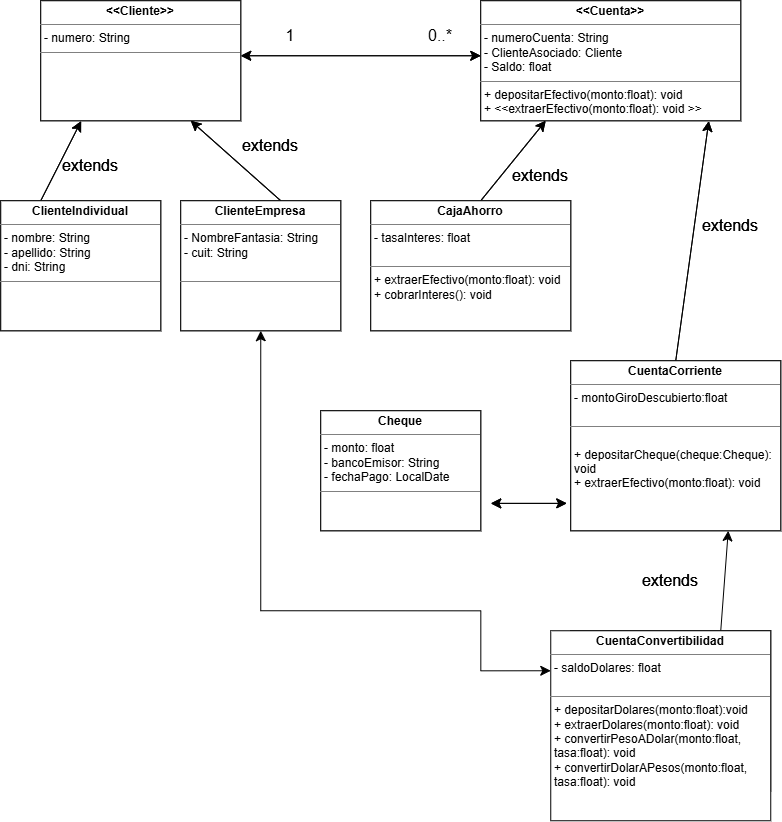
Before: src/main/resources/docs/Sistema Bancario.drawio.png, a diagram exported from draw.io (Eleonora830/Sistema-Bancario). Source tidied: cells renumbered, new cells last; positions are measured from the earlier drawing's top-left corner, leaving out a move shared by most shapes.
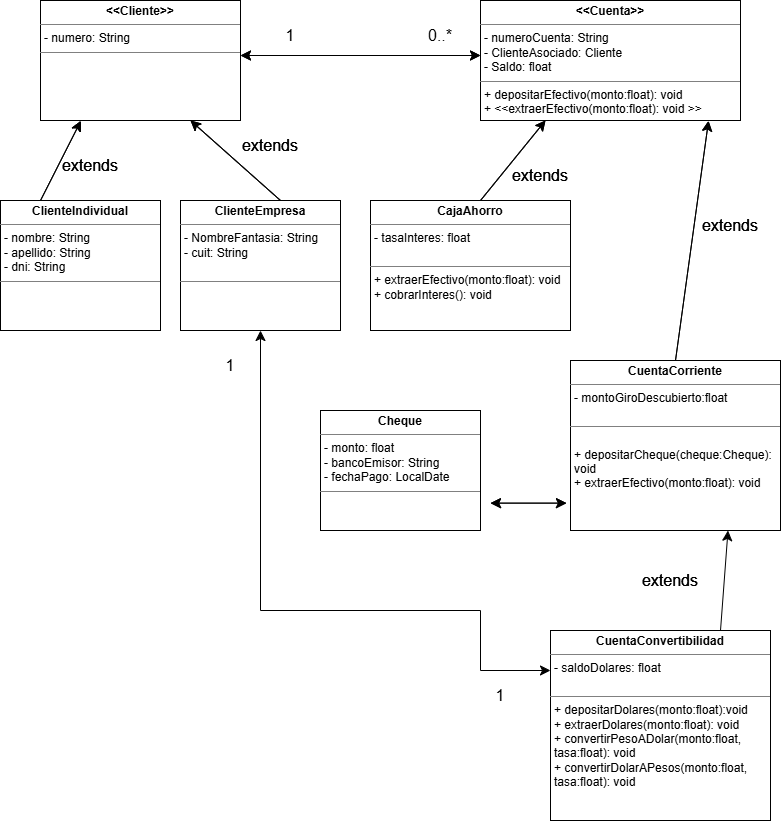
Above is the later version.

Commit message:
Actualizo clases del sistema bancario

Change to the diagram source:
```diff
@@ -2,36 +2,36 @@
   <root>
     <mxCell id="0" />
     <mxCell id="1" parent="0" />
-    <mxCell id="2" style="edgeStyle=none;curved=1;rounded=0;jettySize=auto;html=1;fontSize=12;startSize=8;endSize=8;entryX=0.25;entryY=1;entryDx=0;entryDy=0;exitX=0.5;exitY=0;exitDx=0;exitDy=0;" parent="1" edge="1" target="10">
-      <mxGeometry relative="1" as="geometry">
-        <mxPoint x="480" y="200" as="sourcePoint" />
-      </mxGeometry>
-    </mxCell>
-    <mxCell id="3" style="edgeStyle=none;orthogonalLoop=1;jettySize=auto;html=1;endArrow=classic;startArrow=classic;endSize=8;startSize=8;rounded=0;fontSize=12;curved=1;exitX=1;exitY=0.5;exitDx=0;exitDy=0;" parent="1" edge="1">
-      <mxGeometry relative="1" as="geometry">
-        <mxPoint x="240" y="55" as="sourcePoint" />
-        <mxPoint x="480" y="55" as="targetPoint" />
-      </mxGeometry>
-    </mxCell>
-    <mxCell id="4" style="edgeStyle=none;jettySize=auto;html=1;rounded=0;fontSize=12;startSize=8;endSize=8;curved=1;entryX=0.202;entryY=1.003;entryDx=0;entryDy=0;exitX=0.25;exitY=0;exitDx=0;exitDy=0;entryPerimeter=0;" parent="1" edge="1" target="8">
-      <mxGeometry relative="1" as="geometry">
-        <mxPoint x="40" y="200" as="sourcePoint" />
-      </mxGeometry>
-    </mxCell>
-    <mxCell id="5" style="edgeStyle=none;jettySize=auto;html=1;rounded=0;fontSize=12;startSize=8;endSize=8;curved=1;entryX=0.75;entryY=1;entryDx=0;entryDy=0;exitX=0.5;exitY=0;exitDx=0;exitDy=0;" parent="1" edge="1" target="8">
-      <mxGeometry relative="1" as="geometry">
-        <mxPoint x="280" y="200" as="sourcePoint" />
-      </mxGeometry>
-    </mxCell>
+    <mxCell id="45" style="edgeStyle=none;curved=1;rounded=0;jettySize=auto;html=1;fontSize=12;startSize=8;endSize=8;entryX=0.25;entryY=1;entryDx=0;entryDy=0;exitX=0.5;exitY=0;exitDx=0;exitDy=0;" parent="1" edge="1" target="10">
+      <mxGeometry relative="1" as="geometry">
+        <mxPoint x="480" y="200" as="sourcePoint" />
+      </mxGeometry>
+    </mxCell>
+    <mxCell id="46" style="edgeStyle=none;orthogonalLoop=1;jettySize=auto;html=1;endArrow=classic;startArrow=classic;endSize=8;startSize=8;rounded=0;fontSize=12;curved=1;exitX=1;exitY=0.5;exitDx=0;exitDy=0;" parent="1" edge="1">
+      <mxGeometry relative="1" as="geometry">
+        <mxPoint x="240" y="55" as="sourcePoint" />
+        <mxPoint x="480" y="55" as="targetPoint" />
+      </mxGeometry>
+    </mxCell>
+    <mxCell id="47" style="edgeStyle=none;jettySize=auto;html=1;rounded=0;fontSize=12;startSize=8;endSize=8;curved=1;entryX=0.202;entryY=1.003;entryDx=0;entryDy=0;exitX=0.25;exitY=0;exitDx=0;exitDy=0;entryPerimeter=0;" parent="1" edge="1" target="49">
+      <mxGeometry relative="1" as="geometry">
+        <mxPoint x="40" y="200" as="sourcePoint" />
+      </mxGeometry>
+    </mxCell>
+    <mxCell id="48" style="edgeStyle=none;jettySize=auto;html=1;rounded=0;fontSize=12;startSize=8;endSize=8;curved=1;entryX=0.75;entryY=1;entryDx=0;entryDy=0;exitX=0.5;exitY=0;exitDx=0;exitDy=0;" parent="1" edge="1" target="49">
+      <mxGeometry relative="1" as="geometry">
+        <mxPoint x="280" y="200" as="sourcePoint" />
+      </mxGeometry>
+    </mxCell>
     <mxCell id="6" style="edgeStyle=none;jettySize=auto;html=1;rounded=0;fontSize=12;startSize=8;endSize=8;curved=1;exitX=0.5;exitY=0;exitDx=0;exitDy=0;entryX=0.877;entryY=1.003;entryDx=0;entryDy=0;entryPerimeter=0;" parent="1" edge="1" source="13" target="10">
       <mxGeometry relative="1" as="geometry" />
     </mxCell>
     <mxCell id="7" style="edgeStyle=none;jettySize=auto;html=1;rounded=0;fontSize=12;startSize=8;endSize=8;curved=1;exitX=0.75;exitY=0;exitDx=0;exitDy=0;entryX=0.75;entryY=1;entryDx=0;entryDy=0;" parent="1" edge="1" source="15" target="13">
       <mxGeometry relative="1" as="geometry" />
     </mxCell>
-    <mxCell id="8" value="&lt;p style=&quot;margin:0px;margin-top:4px;text-align:center;&quot;&gt;&lt;b&gt;&amp;lt;&amp;lt;Cliente&amp;gt;&amp;gt;&lt;/b&gt;&lt;/p&gt;&lt;hr size=&quot;1&quot; style=&quot;border-style:solid;&quot;&gt;&lt;p style=&quot;margin:0px;margin-left:4px;&quot;&gt;- numero: String&lt;/p&gt;&lt;hr size=&quot;1&quot; style=&quot;border-style:solid;&quot;&gt;&lt;p style=&quot;margin:0px;margin-left:4px;&quot;&gt;&lt;br&gt;&lt;/p&gt;" style="verticalAlign=top;align=left;overflow=fill;html=1;whiteSpace=wrap;" parent="1" vertex="1">
-      <mxGeometry x="40" width="200" height="120" as="geometry" />
-    </mxCell>
+    <mxCell id="49" value="&lt;p style=&quot;margin:0px;margin-top:4px;text-align:center;&quot;&gt;&lt;b&gt;&amp;lt;&amp;lt;Cliente&amp;gt;&amp;gt;&lt;/b&gt;&lt;/p&gt;&lt;hr size=&quot;1&quot; style=&quot;border-style:solid;&quot;&gt;&lt;p style=&quot;margin:0px;margin-left:4px;&quot;&gt;- numero: String&lt;/p&gt;&lt;hr size=&quot;1&quot; style=&quot;border-style:solid;&quot;&gt;&lt;p style=&quot;margin:0px;margin-left:4px;&quot;&gt;&lt;br&gt;&lt;/p&gt;" style="verticalAlign=top;align=left;overflow=fill;html=1;whiteSpace=wrap;" parent="1" vertex="1">
+      <mxGeometry x="40" width="200" height="120" as="geometry" />
+    </mxCell>
     <mxCell id="9" value="&lt;p style=&quot;margin:0px;margin-top:4px;text-align:center;&quot;&gt;&lt;b&gt;ClienteIndividual&lt;/b&gt;&lt;/p&gt;&lt;hr size=&quot;1&quot; style=&quot;border-style:solid;&quot;&gt;&lt;p style=&quot;margin:0px;margin-left:4px;&quot;&gt;- nombre: String&lt;/p&gt;&lt;p style=&quot;margin:0px;margin-left:4px;&quot;&gt;- apellido: String&lt;/p&gt;&lt;p style=&quot;margin:0px;margin-left:4px;&quot;&gt;- dni: int&lt;/p&gt;&lt;hr size=&quot;1&quot; style=&quot;border-style:solid;&quot;&gt;&lt;p style=&quot;margin:0px;margin-left:4px;&quot;&gt;&amp;nbsp;&lt;/p&gt;" style="verticalAlign=top;align=left;overflow=fill;html=1;whiteSpace=wrap;" parent="1" vertex="1">
       <mxGeometry y="200" width="160" height="130" as="geometry" />
     </mxCell>
@@ -59,53 +59,53 @@
     <mxCell id="17" value="0..*" style="text;html=1;whiteSpace=wrap;strokeColor=none;fillColor=none;align=center;verticalAlign=middle;rounded=0;fontSize=16;" parent="1" vertex="1">
       <mxGeometry x="410" y="20" width="60" height="30" as="geometry" />
     </mxCell>
-    <mxCell id="18" value="extends" style="text;html=1;whiteSpace=wrap;strokeColor=none;fillColor=none;align=center;verticalAlign=middle;rounded=0;fontSize=16;" parent="1" vertex="1">
-      <mxGeometry x="240" y="130" width="60" height="30" as="geometry" />
-    </mxCell>
-    <mxCell id="19" value="extends" style="text;html=1;whiteSpace=wrap;strokeColor=none;fillColor=none;align=center;verticalAlign=middle;rounded=0;fontSize=16;" parent="1" vertex="1">
-      <mxGeometry x="60" y="150" width="60" height="30" as="geometry" />
-    </mxCell>
-    <mxCell id="20" value="extends" style="text;html=1;whiteSpace=wrap;strokeColor=none;fillColor=none;align=center;verticalAlign=middle;rounded=0;fontSize=16;" parent="1" vertex="1">
-      <mxGeometry x="700" y="210" width="60" height="30" as="geometry" />
-    </mxCell>
-    <mxCell id="21" value="extends" style="text;html=1;whiteSpace=wrap;strokeColor=none;fillColor=none;align=center;verticalAlign=middle;rounded=0;fontSize=16;" parent="1" vertex="1">
-      <mxGeometry x="510" y="160" width="60" height="30" as="geometry" />
-    </mxCell>
-    <mxCell id="22" value="extends" style="text;html=1;whiteSpace=wrap;strokeColor=none;fillColor=none;align=center;verticalAlign=middle;rounded=0;fontSize=16;" parent="1" vertex="1">
-      <mxGeometry x="640" y="490" width="60" height="180" as="geometry" />
-    </mxCell>
-    <mxCell id="23" style="edgeStyle=none;jettySize=auto;html=1;endArrow=classic;startArrow=classic;endSize=8;startSize=8;rounded=0;fontSize=12;curved=1;entryX=-0.019;entryY=0.839;entryDx=0;entryDy=0;entryPerimeter=0;" parent="1" edge="1" target="13">
-      <mxGeometry relative="1" as="geometry">
-        <mxPoint x="490" y="502.6" as="sourcePoint" />
-      </mxGeometry>
-    </mxCell>
-    <mxCell id="24" style="edgeStyle=none;curved=1;rounded=0;jettySize=auto;html=1;fontSize=12;startSize=8;endSize=8;entryX=0.25;entryY=1;entryDx=0;entryDy=0;exitX=0.5;exitY=0;exitDx=0;exitDy=0;" parent="1" edge="1" target="31">
-      <mxGeometry relative="1" as="geometry">
-        <mxPoint x="480" y="200" as="sourcePoint" />
-      </mxGeometry>
-    </mxCell>
-    <mxCell id="25" style="edgeStyle=none;orthogonalLoop=1;jettySize=auto;html=1;endArrow=classic;startArrow=classic;endSize=8;startSize=8;rounded=0;fontSize=12;curved=1;exitX=1;exitY=0.5;exitDx=0;exitDy=0;" parent="1" edge="1">
-      <mxGeometry relative="1" as="geometry">
-        <mxPoint x="240" y="55" as="sourcePoint" />
-        <mxPoint x="480" y="55" as="targetPoint" />
-      </mxGeometry>
-    </mxCell>
-    <mxCell id="26" style="edgeStyle=none;jettySize=auto;html=1;rounded=0;fontSize=12;startSize=8;endSize=8;curved=1;entryX=0.202;entryY=1.003;entryDx=0;entryDy=0;exitX=0.25;exitY=0;exitDx=0;exitDy=0;entryPerimeter=0;" parent="1" edge="1" target="29">
-      <mxGeometry relative="1" as="geometry">
-        <mxPoint x="40" y="200" as="sourcePoint" />
-      </mxGeometry>
-    </mxCell>
-    <mxCell id="27" style="edgeStyle=none;jettySize=auto;html=1;rounded=0;fontSize=12;startSize=8;endSize=8;curved=1;entryX=0.75;entryY=1;entryDx=0;entryDy=0;exitX=0.5;exitY=0;exitDx=0;exitDy=0;" parent="1" edge="1" target="29">
-      <mxGeometry relative="1" as="geometry">
-        <mxPoint x="280" y="200" as="sourcePoint" />
-      </mxGeometry>
-    </mxCell>
+    <mxCell id="50" value="extends" style="text;html=1;whiteSpace=wrap;strokeColor=none;fillColor=none;align=center;verticalAlign=middle;rounded=0;fontSize=16;" parent="1" vertex="1">
+      <mxGeometry x="240" y="130" width="60" height="30" as="geometry" />
+    </mxCell>
+    <mxCell id="51" value="extends" style="text;html=1;whiteSpace=wrap;strokeColor=none;fillColor=none;align=center;verticalAlign=middle;rounded=0;fontSize=16;" parent="1" vertex="1">
+      <mxGeometry x="60" y="150" width="60" height="30" as="geometry" />
+    </mxCell>
+    <mxCell id="52" value="extends" style="text;html=1;whiteSpace=wrap;strokeColor=none;fillColor=none;align=center;verticalAlign=middle;rounded=0;fontSize=16;" parent="1" vertex="1">
+      <mxGeometry x="700" y="210" width="60" height="30" as="geometry" />
+    </mxCell>
+    <mxCell id="53" value="extends" style="text;html=1;whiteSpace=wrap;strokeColor=none;fillColor=none;align=center;verticalAlign=middle;rounded=0;fontSize=16;" parent="1" vertex="1">
+      <mxGeometry x="510" y="160" width="60" height="30" as="geometry" />
+    </mxCell>
+    <mxCell id="54" value="extends" style="text;html=1;whiteSpace=wrap;strokeColor=none;fillColor=none;align=center;verticalAlign=middle;rounded=0;fontSize=16;" parent="1" vertex="1">
+      <mxGeometry x="640" y="490" width="60" height="180" as="geometry" />
+    </mxCell>
+    <mxCell id="55" style="edgeStyle=none;jettySize=auto;html=1;endArrow=classic;startArrow=classic;endSize=8;startSize=8;rounded=0;fontSize=12;curved=1;entryX=-0.019;entryY=0.839;entryDx=0;entryDy=0;entryPerimeter=0;" parent="1" edge="1" target="13">
+      <mxGeometry relative="1" as="geometry">
+        <mxPoint x="490" y="502.6" as="sourcePoint" />
+      </mxGeometry>
+    </mxCell>
+    <mxCell id="56" style="edgeStyle=none;curved=1;rounded=0;jettySize=auto;html=1;fontSize=12;startSize=8;endSize=8;entryX=0.25;entryY=1;entryDx=0;entryDy=0;exitX=0.5;exitY=0;exitDx=0;exitDy=0;" parent="1" edge="1" target="31">
+      <mxGeometry relative="1" as="geometry">
+        <mxPoint x="480" y="200" as="sourcePoint" />
+      </mxGeometry>
+    </mxCell>
+    <mxCell id="57" style="edgeStyle=none;orthogonalLoop=1;jettySize=auto;html=1;endArrow=classic;startArrow=classic;endSize=8;startSize=8;rounded=0;fontSize=12;curved=1;exitX=1;exitY=0.5;exitDx=0;exitDy=0;" parent="1" edge="1">
+      <mxGeometry relative="1" as="geometry">
+        <mxPoint x="240" y="55" as="sourcePoint" />
+        <mxPoint x="480" y="55" as="targetPoint" />
+      </mxGeometry>
+    </mxCell>
+    <mxCell id="58" style="edgeStyle=none;jettySize=auto;html=1;rounded=0;fontSize=12;startSize=8;endSize=8;curved=1;entryX=0.202;entryY=1.003;entryDx=0;entryDy=0;exitX=0.25;exitY=0;exitDx=0;exitDy=0;entryPerimeter=0;" parent="1" edge="1" target="60">
+      <mxGeometry relative="1" as="geometry">
+        <mxPoint x="40" y="200" as="sourcePoint" />
+      </mxGeometry>
+    </mxCell>
+    <mxCell id="59" style="edgeStyle=none;jettySize=auto;html=1;rounded=0;fontSize=12;startSize=8;endSize=8;curved=1;entryX=0.75;entryY=1;entryDx=0;entryDy=0;exitX=0.5;exitY=0;exitDx=0;exitDy=0;" parent="1" edge="1" target="60">
+      <mxGeometry relative="1" as="geometry">
+        <mxPoint x="280" y="200" as="sourcePoint" />
+      </mxGeometry>
+    </mxCell>
     <mxCell id="28" style="edgeStyle=none;jettySize=auto;html=1;rounded=0;fontSize=12;startSize=8;endSize=8;curved=1;exitX=0.5;exitY=0;exitDx=0;exitDy=0;entryX=0.877;entryY=1.003;entryDx=0;entryDy=0;entryPerimeter=0;" parent="1" edge="1" source="34" target="31">
       <mxGeometry relative="1" as="geometry" />
     </mxCell>
-    <mxCell id="29" value="&lt;p style=&quot;margin:0px;margin-top:4px;text-align:center;&quot;&gt;&lt;b&gt;&amp;lt;&amp;lt;Cliente&amp;gt;&amp;gt;&lt;/b&gt;&lt;/p&gt;&lt;hr size=&quot;1&quot; style=&quot;border-style:solid;&quot;&gt;&lt;p style=&quot;margin:0px;margin-left:4px;&quot;&gt;- numero: String&lt;/p&gt;&lt;hr size=&quot;1&quot; style=&quot;border-style:solid;&quot;&gt;&lt;p style=&quot;margin:0px;margin-left:4px;&quot;&gt;&lt;br&gt;&lt;/p&gt;" style="verticalAlign=top;align=left;overflow=fill;html=1;whiteSpace=wrap;" parent="1" vertex="1">
-      <mxGeometry x="40" width="200" height="120" as="geometry" />
-    </mxCell>
+    <mxCell id="60" value="&lt;p style=&quot;margin:0px;margin-top:4px;text-align:center;&quot;&gt;&lt;b&gt;&amp;lt;&amp;lt;Cliente&amp;gt;&amp;gt;&lt;/b&gt;&lt;/p&gt;&lt;hr size=&quot;1&quot; style=&quot;border-style:solid;&quot;&gt;&lt;p style=&quot;margin:0px;margin-left:4px;&quot;&gt;- numero: String&lt;/p&gt;&lt;hr size=&quot;1&quot; style=&quot;border-style:solid;&quot;&gt;&lt;p style=&quot;margin:0px;margin-left:4px;&quot;&gt;&lt;br&gt;&lt;/p&gt;" style="verticalAlign=top;align=left;overflow=fill;html=1;whiteSpace=wrap;" parent="1" vertex="1">
+      <mxGeometry x="40" width="200" height="120" as="geometry" />
+    </mxCell>
     <mxCell id="30" value="&lt;p style=&quot;margin:0px;margin-top:4px;text-align:center;&quot;&gt;&lt;b&gt;ClienteIndividual&lt;/b&gt;&lt;/p&gt;&lt;hr size=&quot;1&quot; style=&quot;border-style:solid;&quot;&gt;&lt;p style=&quot;margin:0px;margin-left:4px;&quot;&gt;- nombre: String&lt;/p&gt;&lt;p style=&quot;margin:0px;margin-left:4px;&quot;&gt;- apellido: String&lt;/p&gt;&lt;p style=&quot;margin:0px;margin-left:4px;&quot;&gt;- dni: String&lt;/p&gt;&lt;hr size=&quot;1&quot; style=&quot;border-style:solid;&quot;&gt;&lt;p style=&quot;margin:0px;margin-left:4px;&quot;&gt;&amp;nbsp;&lt;/p&gt;" style="verticalAlign=top;align=left;overflow=fill;html=1;whiteSpace=wrap;" parent="1" vertex="1">
       <mxGeometry y="200" width="160" height="130" as="geometry" />
     </mxCell>
@@ -127,39 +127,45 @@
     <mxCell id="36" value="&lt;p style=&quot;margin:0px;margin-top:4px;text-align:center;&quot;&gt;&lt;b&gt;CuentaConvertibilidad&lt;/b&gt;&lt;/p&gt;&lt;hr size=&quot;1&quot; style=&quot;border-style:solid;&quot;&gt;&lt;p style=&quot;margin:0px;margin-left:4px;&quot;&gt;- saldoDolares: float&lt;/p&gt;&lt;p style=&quot;margin:0px;margin-left:4px;&quot;&gt;&lt;br&gt;&lt;/p&gt;&lt;hr size=&quot;1&quot; style=&quot;border-style:solid;&quot;&gt;&lt;p style=&quot;margin:0px;margin-left:4px;&quot;&gt;+ depositarDolares(monto:float):void&lt;/p&gt;&lt;p style=&quot;margin:0px;margin-left:4px;&quot;&gt;+ extraerDolares(monto:float): void&lt;/p&gt;&lt;p style=&quot;margin:0px;margin-left:4px;&quot;&gt;+ convertirPesoADolar(monto:float, tasa:float): void&lt;/p&gt;&lt;p style=&quot;margin:0px;margin-left:4px;&quot;&gt;+ convertirDolarAPesos(&lt;span style=&quot;background-color: transparent; color: light-dark(rgb(0, 0, 0), rgb(255, 255, 255));&quot;&gt;monto:float, tasa:float&lt;/span&gt;&lt;span style=&quot;background-color: transparent; color: light-dark(rgb(0, 0, 0), rgb(255, 255, 255));&quot;&gt;): void&lt;/span&gt;&lt;/p&gt;" style="verticalAlign=top;align=left;overflow=fill;html=1;whiteSpace=wrap;" parent="1" vertex="1">
       <mxGeometry x="550" y="630" width="220" height="190" as="geometry" />
     </mxCell>
-    <mxCell id="37" value="extends" style="text;html=1;whiteSpace=wrap;strokeColor=none;fillColor=none;align=center;verticalAlign=middle;rounded=0;fontSize=16;" parent="1" vertex="1">
-      <mxGeometry x="240" y="130" width="60" height="30" as="geometry" />
-    </mxCell>
-    <mxCell id="38" value="extends" style="text;html=1;whiteSpace=wrap;strokeColor=none;fillColor=none;align=center;verticalAlign=middle;rounded=0;fontSize=16;" parent="1" vertex="1">
-      <mxGeometry x="60" y="150" width="60" height="30" as="geometry" />
-    </mxCell>
-    <mxCell id="39" value="extends" style="text;html=1;whiteSpace=wrap;strokeColor=none;fillColor=none;align=center;verticalAlign=middle;rounded=0;fontSize=16;" parent="1" vertex="1">
-      <mxGeometry x="700" y="210" width="60" height="30" as="geometry" />
-    </mxCell>
-    <mxCell id="40" value="extends" style="text;html=1;whiteSpace=wrap;strokeColor=none;fillColor=none;align=center;verticalAlign=middle;rounded=0;fontSize=16;" parent="1" vertex="1">
-      <mxGeometry x="510" y="160" width="60" height="30" as="geometry" />
-    </mxCell>
-    <mxCell id="41" value="extends" style="text;html=1;whiteSpace=wrap;strokeColor=none;fillColor=none;align=center;verticalAlign=middle;rounded=0;fontSize=16;" parent="1" vertex="1">
-      <mxGeometry x="640" y="490" width="60" height="180" as="geometry" />
-    </mxCell>
-    <mxCell id="42" style="edgeStyle=none;jettySize=auto;html=1;endArrow=classic;startArrow=classic;endSize=8;startSize=8;rounded=0;fontSize=12;curved=1;entryX=-0.019;entryY=0.839;entryDx=0;entryDy=0;entryPerimeter=0;" parent="1" edge="1" target="34">
-      <mxGeometry relative="1" as="geometry">
-        <mxPoint x="490" y="502.6" as="sourcePoint" />
-      </mxGeometry>
-    </mxCell>
-    <mxCell id="43" style="edgeStyle=segmentEdgeStyle;endArrow=classic;html=1;curved=0;rounded=0;endSize=8;startSize=8;sourcePerimeterSpacing=0;targetPerimeterSpacing=0;fontSize=12;" parent="1" edge="1">
-      <mxGeometry relative="1" as="geometry">
-        <mxPoint x="260" y="610" as="sourcePoint" />
-        <mxPoint x="550" y="670" as="targetPoint" />
-        <Array as="points">
-          <mxPoint x="480" y="670" />
-        </Array>
-      </mxGeometry>
-    </mxCell>
-    <mxCell id="44" style="edgeStyle=none;jettySize=auto;html=1;rounded=0;fontSize=12;startSize=8;endSize=8;curved=1;entryX=0.5;entryY=1;entryDx=0;entryDy=0;" parent="1" edge="1" target="32">
-      <mxGeometry relative="1" as="geometry">
-        <mxPoint x="260" y="610" as="sourcePoint" />
-      </mxGeometry>
-    </mxCell>
+    <mxCell id="61" value="extends" style="text;html=1;whiteSpace=wrap;strokeColor=none;fillColor=none;align=center;verticalAlign=middle;rounded=0;fontSize=16;" parent="1" vertex="1">
+      <mxGeometry x="240" y="130" width="60" height="30" as="geometry" />
+    </mxCell>
+    <mxCell id="62" value="extends" style="text;html=1;whiteSpace=wrap;strokeColor=none;fillColor=none;align=center;verticalAlign=middle;rounded=0;fontSize=16;" parent="1" vertex="1">
+      <mxGeometry x="60" y="150" width="60" height="30" as="geometry" />
+    </mxCell>
+    <mxCell id="63" value="extends" style="text;html=1;whiteSpace=wrap;strokeColor=none;fillColor=none;align=center;verticalAlign=middle;rounded=0;fontSize=16;" parent="1" vertex="1">
+      <mxGeometry x="700" y="210" width="60" height="30" as="geometry" />
+    </mxCell>
+    <mxCell id="64" value="extends" style="text;html=1;whiteSpace=wrap;strokeColor=none;fillColor=none;align=center;verticalAlign=middle;rounded=0;fontSize=16;" parent="1" vertex="1">
+      <mxGeometry x="510" y="160" width="60" height="30" as="geometry" />
+    </mxCell>
+    <mxCell id="65" value="extends" style="text;html=1;whiteSpace=wrap;strokeColor=none;fillColor=none;align=center;verticalAlign=middle;rounded=0;fontSize=16;" parent="1" vertex="1">
+      <mxGeometry x="640" y="490" width="60" height="180" as="geometry" />
+    </mxCell>
+    <mxCell id="66" style="edgeStyle=none;jettySize=auto;html=1;endArrow=classic;startArrow=classic;endSize=8;startSize=8;rounded=0;fontSize=12;curved=1;entryX=-0.019;entryY=0.839;entryDx=0;entryDy=0;entryPerimeter=0;" parent="1" edge="1" target="34">
+      <mxGeometry relative="1" as="geometry">
+        <mxPoint x="490" y="502.6" as="sourcePoint" />
+      </mxGeometry>
+    </mxCell>
+    <mxCell id="67" style="edgeStyle=segmentEdgeStyle;endArrow=classic;html=1;curved=0;rounded=0;endSize=8;startSize=8;sourcePerimeterSpacing=0;targetPerimeterSpacing=0;fontSize=12;" parent="1" edge="1">
+      <mxGeometry relative="1" as="geometry">
+        <mxPoint x="260" y="610" as="sourcePoint" />
+        <mxPoint x="550" y="670" as="targetPoint" />
+        <Array as="points">
+          <mxPoint x="480" y="670" />
+        </Array>
+      </mxGeometry>
+    </mxCell>
+    <mxCell id="68" style="edgeStyle=none;jettySize=auto;html=1;rounded=0;fontSize=12;startSize=8;endSize=8;curved=1;entryX=0.5;entryY=1;entryDx=0;entryDy=0;" parent="1" edge="1" target="32">
+      <mxGeometry relative="1" as="geometry">
+        <mxPoint x="260" y="610" as="sourcePoint" />
+      </mxGeometry>
+    </mxCell>
+    <mxCell id="69" value="1" style="text;html=1;whiteSpace=wrap;strokeColor=none;fillColor=none;align=center;verticalAlign=middle;rounded=0;fontSize=16;" parent="1" vertex="1">
+      <mxGeometry x="200" y="350" width="60" height="30" as="geometry" />
+    </mxCell>
+    <mxCell id="70" value="1" style="text;html=1;whiteSpace=wrap;strokeColor=none;fillColor=none;align=center;verticalAlign=middle;rounded=0;fontSize=16;" parent="1" vertex="1">
+      <mxGeometry x="470" y="680" width="60" height="30" as="geometry" />
+    </mxCell>
   </root>
 </mxGraphModel>
```
